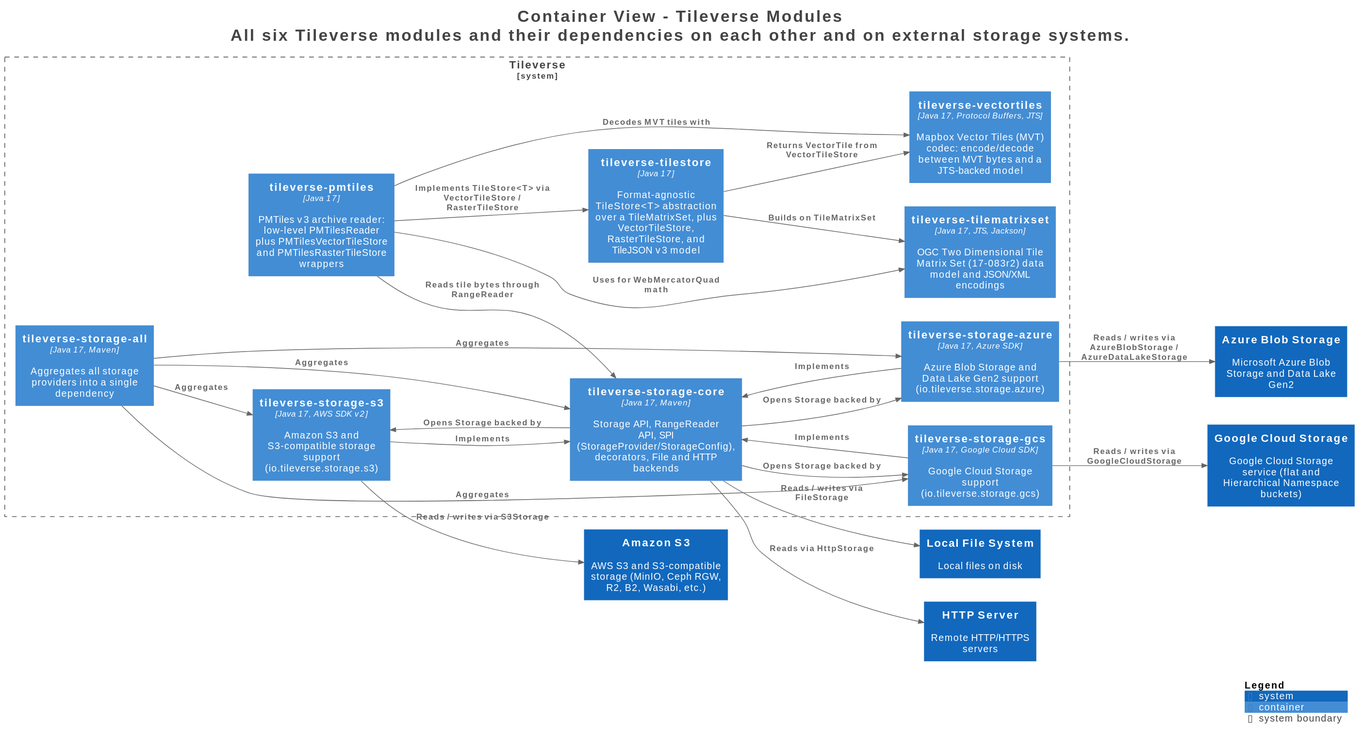
This is assets/images/storage/structurizr-Containers.svg from tileverse-io/tileverse, a PlantUML export, as it was before one commit.
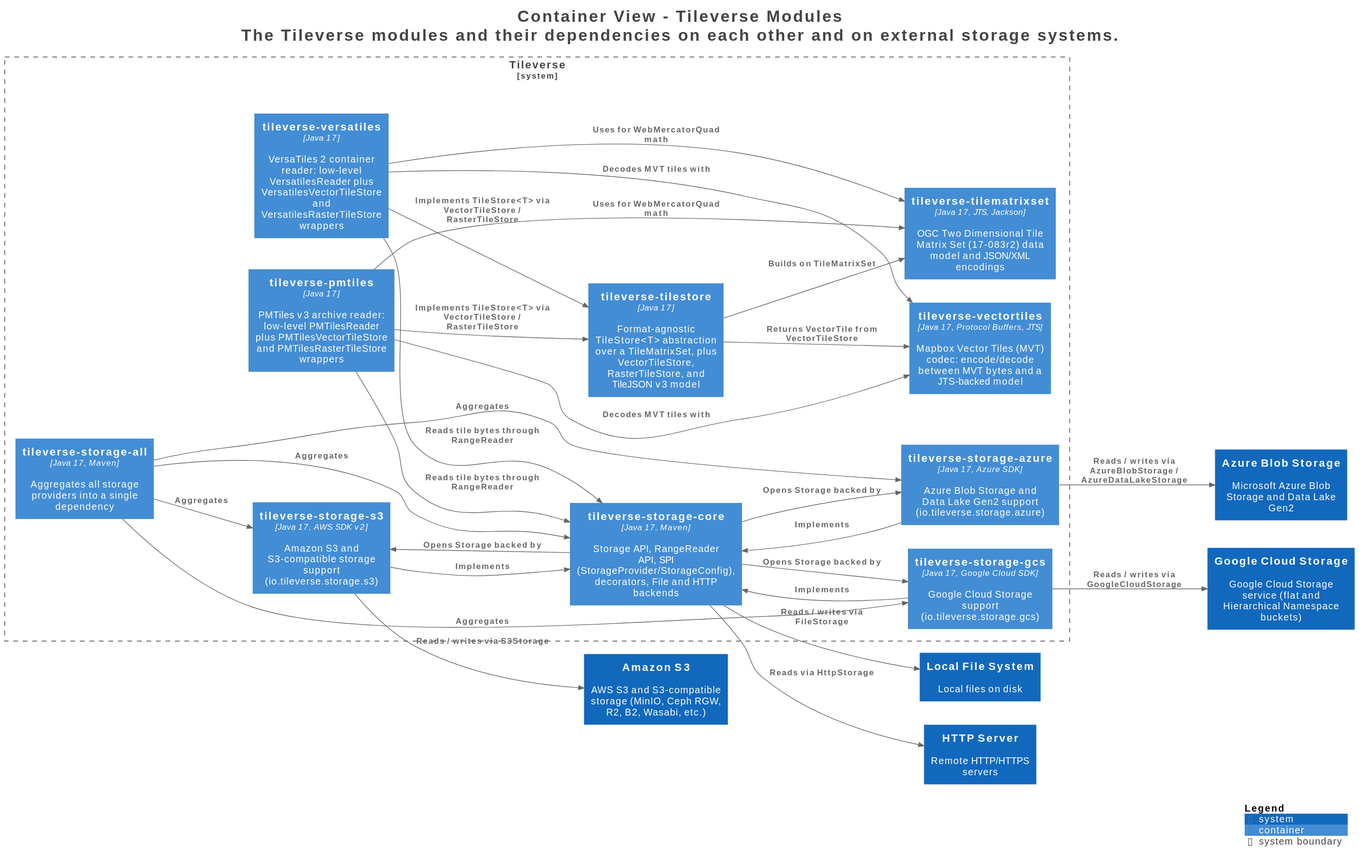
Above is the later version.

Change to the diagram source:
```diff
@@ -1,5 +1,5 @@
 @startuml
-title <size:24>Container View - Tileverse Modules</size>\n<size:24>All six Tileverse modules and their dependencies on each other and on external storage systems.</size>
+title <size:24>Container View - Tileverse Modules</size>\n<size:24>The Tileverse modules and their dependencies on each other and on external storage systems.</size>
 
 set separator none
 left to right direction
@@ -30,9 +30,13 @@
   Container(Tileverse.tileversetilematrixset, "tileverse-tilematrixset", $techn="Java 17, JTS, Jackson", $descr="OGC Two Dimensional Tile Matrix Set (17-083r2) data model and JSON/XML encodings", $tags="", $link="")
   Container(Tileverse.tileversetilestore, "tileverse-tilestore", $techn="Java 17", $descr="Format-agnostic TileStore<T> abstraction over a TileMatrixSet, plus VectorTileStore, RasterTileStore, and TileJSON v3 model", $tags="", $link="")
   Container(Tileverse.tileversepmtiles, "tileverse-pmtiles", $techn="Java 17", $descr="PMTiles v3 archive reader: low-level PMTilesReader plus PMTilesVectorTileStore and PMTilesRasterTileStore wrappers", $tags="", $link="")
+  Container(Tileverse.tileverseversatiles, "tileverse-versatiles", $techn="Java 17", $descr="VersaTiles 2 container reader: low-level VersatilesReader plus VersatilesVectorTileStore and VersatilesRasterTileStore wrappers", $tags="", $link="")
   Container(Tileverse.tileversestoragecore, "tileverse-storage-core", $techn="Java 17, Maven", $descr="Storage API, RangeReader API, SPI (StorageProvider/StorageConfig), decorators, File and HTTP backends", $tags="", $link="")
 }
 
+Rel(Tileverse.tileversestoragecore, Tileverse.tileversestoragegcs, "Opens Storage backed by", $techn="", $tags="", $link="")
+Rel(Tileverse.tileversestorages3, Tileverse.tileversestoragecore, "Implements", $techn="", $tags="", $link="")
+Rel(Tileverse.tileversestorageazure, Tileverse.tileversestoragecore, "Implements", $techn="", $tags="", $link="")
 Rel(Tileverse.tileversestoragegcs, Tileverse.tileversestoragecore, "Implements", $techn="", $tags="", $link="")
 Rel(Tileverse.tileversestoragecore, LocalFileSystem, "Reads / writes via FileStorage", $techn="", $tags="", $link="")
 Rel(Tileverse.tileversestoragecore, HTTPServer, "Reads via HttpStorage", $techn="", $tags="", $link="")
@@ -47,13 +51,14 @@
 Rel(Tileverse.tileversepmtiles, Tileverse.tileversetilematrixset, "Uses for WebMercatorQuad math", $techn="", $tags="", $link="")
 Rel(Tileverse.tileversepmtiles, Tileverse.tileversevectortiles, "Decodes MVT tiles with", $techn="", $tags="", $link="")
 Rel(Tileverse.tileversepmtiles, Tileverse.tileversetilestore, "Implements TileStore<T> via VectorTileStore / RasterTileStore", $techn="", $tags="", $link="")
+Rel(Tileverse.tileverseversatiles, Tileverse.tileversestoragecore, "Reads tile bytes through RangeReader", $techn="", $tags="", $link="")
+Rel(Tileverse.tileverseversatiles, Tileverse.tileversetilematrixset, "Uses for WebMercatorQuad math", $techn="", $tags="", $link="")
+Rel(Tileverse.tileverseversatiles, Tileverse.tileversevectortiles, "Decodes MVT tiles with", $techn="", $tags="", $link="")
+Rel(Tileverse.tileverseversatiles, Tileverse.tileversetilestore, "Implements TileStore<T> via VectorTileStore / RasterTileStore", $techn="", $tags="", $link="")
 Rel(Tileverse.tileversetilestore, Tileverse.tileversetilematrixset, "Builds on TileMatrixSet", $techn="", $tags="", $link="")
 Rel(Tileverse.tileversetilestore, Tileverse.tileversevectortiles, "Returns VectorTile from VectorTileStore", $techn="", $tags="", $link="")
 Rel(Tileverse.tileversestoragecore, Tileverse.tileversestorages3, "Opens Storage backed by", $techn="", $tags="", $link="")
 Rel(Tileverse.tileversestoragecore, Tileverse.tileversestorageazure, "Opens Storage backed by", $techn="", $tags="", $link="")
-Rel(Tileverse.tileversestoragecore, Tileverse.tileversestoragegcs, "Opens Storage backed by", $techn="", $tags="", $link="")
-Rel(Tileverse.tileversestorages3, Tileverse.tileversestoragecore, "Implements", $techn="", $tags="", $link="")
-Rel(Tileverse.tileversestorageazure, Tileverse.tileversestoragecore, "Implements", $techn="", $tags="", $link="")
 
 SHOW_LEGEND(true)
 hide stereotypes
```
